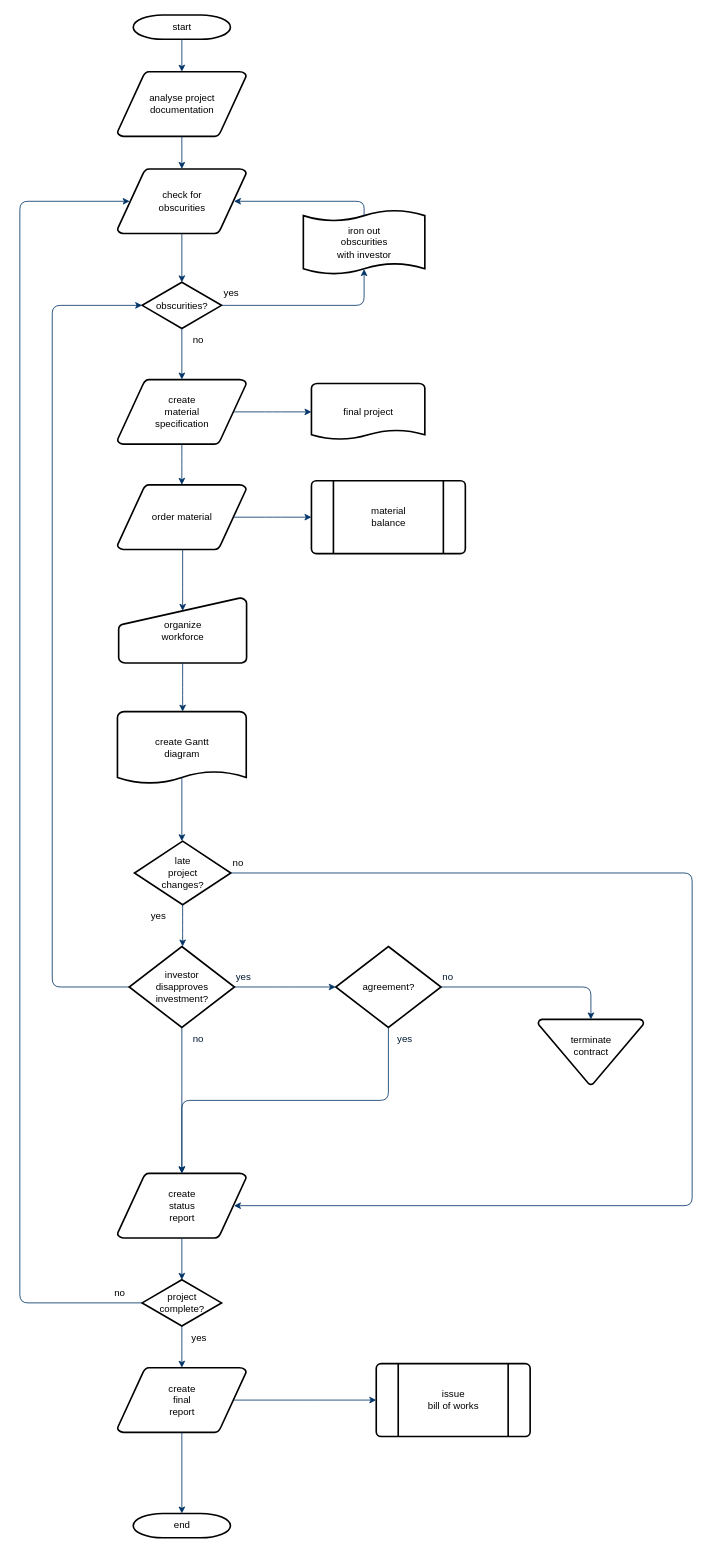
This is 用户注册.drawio from aimu921/drawIO, a draw.io file, before an edit. Source tidied: cells renumbered, new cells numbered last; positions are measured from the earlier drawing's top-left corner, leaving out a move shared by most shapes. Both pictures are drawn from the tidied source at 81%, with x=0, y=0 at pixel (19, 15).
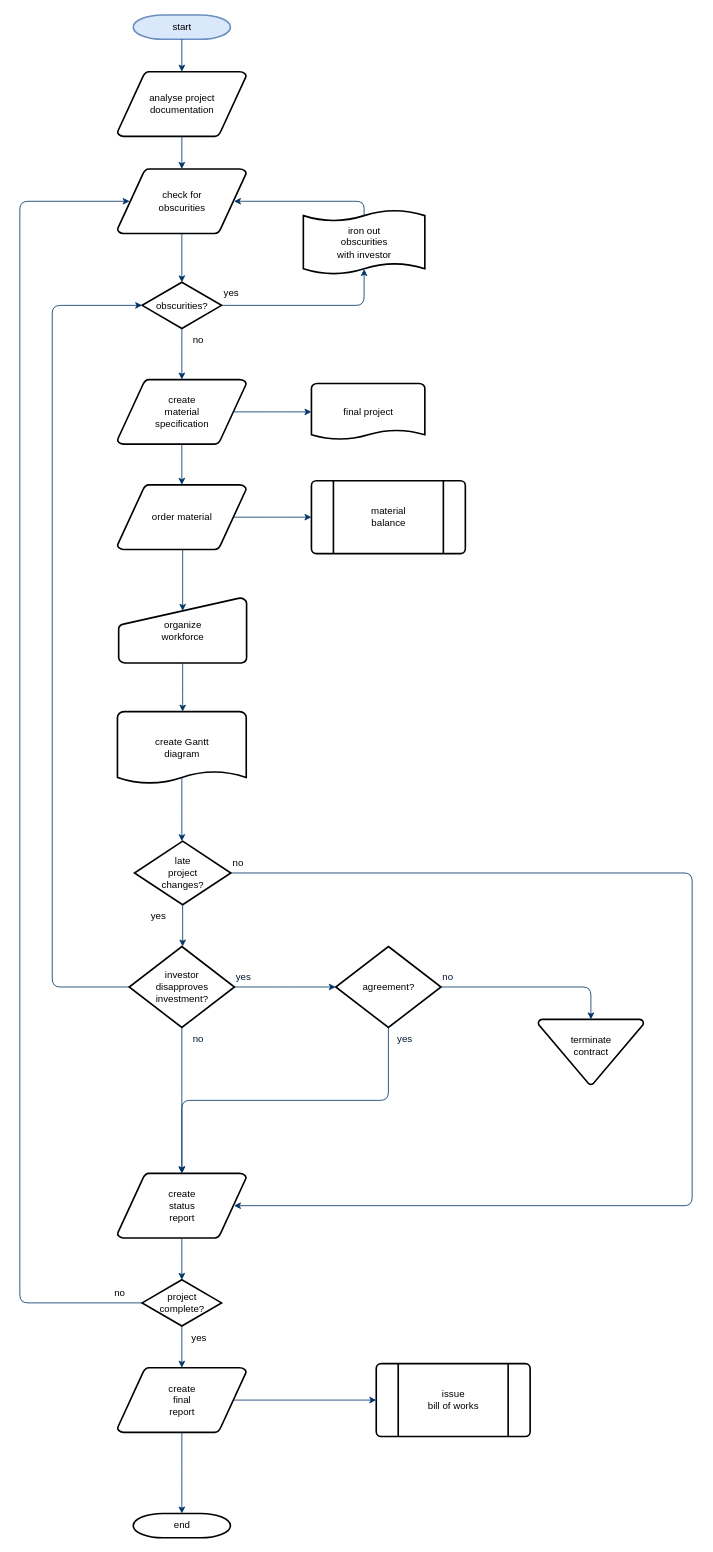
The same diagram, later.

Commit message:
更新用户注册.drawio

What changed in the source:
```diff
@@
-<mxGraphModel>
+<mxGraphModel background="#ffffff">
@@
-    <mxCell id="2" value="start" style="shape=mxgraph.flowchart.terminator;strokeWidth=2;gradientColor=none;gradientDirection=north;fontStyle=0;html=1;" parent="1" vertex="1">
+    <mxCell id="2" value="start" style="shape=mxgraph.flowchart.terminator;strokeWidth=2;gradientDirection=north;fontStyle=0;html=1;fillColor=#dae8fc;strokeColor=#6c8ebf;gradientColor=none;" parent="1" vertex="1">
       <mxGeometry x="140" width="120" height="30" as="geometry" />
     </mxCell>
```
